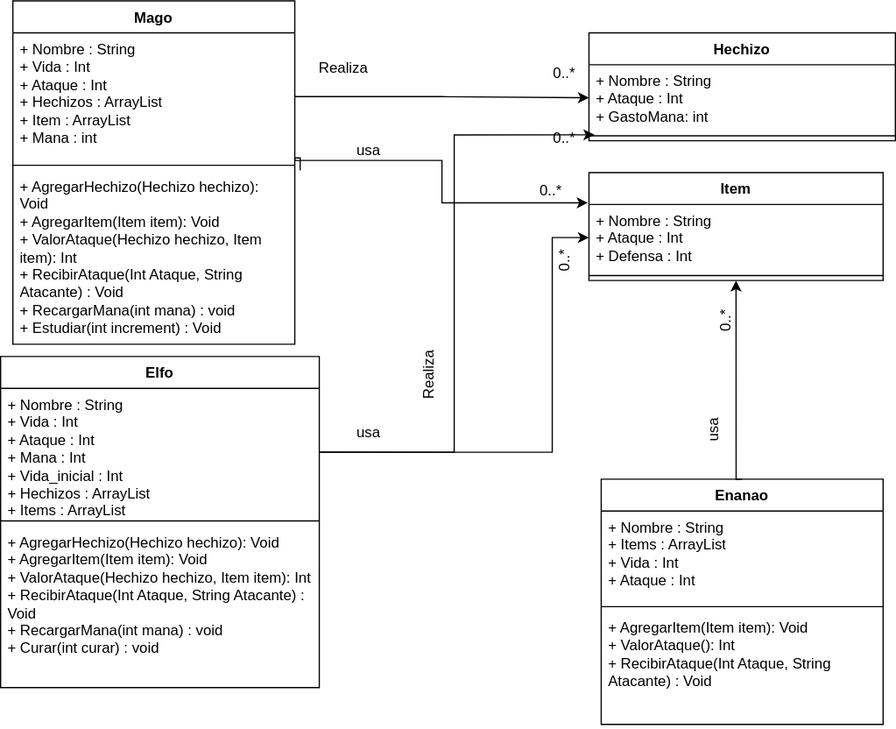
The draw.io diagram src/Library/diagrama de clases RolePlayGame.svg in ThiagoAGarcia/RoleplayGame, before a commit. Source tidied: cells renumbered, new cells last; positions are measured from the earlier drawing's top-left corner, leaving out a move shared by most shapes. Source of this version:
```xml
<mxGraphModel>
  <root>
    <mxCell id="0" />
    <mxCell id="1" parent="0" />
    <mxCell id="2" value="Mago" style="swimlane;fontStyle=1;align=center;verticalAlign=top;horizontal=1;startSize=26;whiteSpace=wrap;html=1;" parent="1" vertex="1">
      <mxGeometry x="10" width="230" height="280" as="geometry" />
    </mxCell>
    <mxCell id="3" value="+ Nombre : String&lt;br&gt;+ Vida : Int&lt;br&gt;+ Ataque : Int&lt;br&gt;+ Hechizos : ArrayList&lt;br&gt;+ Item : ArrayList&lt;br&gt;+ Mana : int" style="text;strokeColor=none;fillColor=none;align=left;verticalAlign=top;spacingLeft=4;spacingRight=4;overflow=hidden;points=[[0,0.5],[1,0.5]];portConstraint=eastwest;whiteSpace=wrap;html=1;" parent="2" vertex="1">
      <mxGeometry y="26" width="230" height="104" as="geometry" />
    </mxCell>
    <mxCell id="4" style="line;strokeWidth=1;fillColor=none;align=left;verticalAlign=middle;spacingTop=-1;spacingLeft=3;spacingRight=3;labelPosition=right;strokeColor=inherit;" parent="2" vertex="1">
      <mxGeometry y="130" width="230" height="8" as="geometry" />
    </mxCell>
    <mxCell id="5" value="+ AgregarHechizo(Hechizo hechizo): Void&lt;br&gt;+ AgregarItem(Item item): Void&lt;br&gt;+ ValorAtaque(Hechizo hechizo, Item item): Int&lt;br&gt;+ RecibirAtaque(Int Ataque, String Atacante) : Void&lt;br&gt;+ RecargarMana(int mana) : void&lt;br&gt;+ Estudiar(int increment) : Void" style="text;strokeColor=none;fillColor=none;align=left;verticalAlign=top;spacingLeft=4;spacingRight=4;overflow=hidden;points=[[0,0.5],[1,0.5]];portConstraint=eastwest;whiteSpace=wrap;html=1;" parent="2" vertex="1">
      <mxGeometry y="138" width="230" height="142" as="geometry" />
    </mxCell>
    <mxCell id="6" value="Hechizo" style="swimlane;fontStyle=1;align=center;verticalAlign=top;horizontal=1;startSize=26;whiteSpace=wrap;html=1;" parent="1" vertex="1">
      <mxGeometry x="480" y="26" width="250" height="88" as="geometry" />
    </mxCell>
    <mxCell id="7" value="+ Nombre : String&lt;br&gt;+ Ataque : Int&lt;br&gt;+ GastoMana: int" style="text;strokeColor=none;fillColor=none;align=left;verticalAlign=top;spacingLeft=4;spacingRight=4;overflow=hidden;points=[[0,0.5],[1,0.5]];portConstraint=eastwest;whiteSpace=wrap;html=1;" parent="6" vertex="1">
      <mxGeometry y="26" width="250" height="54" as="geometry" />
    </mxCell>
    <mxCell id="8" style="line;strokeWidth=1;fillColor=none;align=left;verticalAlign=middle;spacingTop=-1;spacingLeft=3;spacingRight=3;labelPosition=right;points=[];portConstraint=eastwest;strokeColor=inherit;" parent="6" vertex="1">
      <mxGeometry y="80" width="250" height="8" as="geometry" />
    </mxCell>
    <mxCell id="9" value="Item" style="swimlane;fontStyle=1;align=center;verticalAlign=top;horizontal=1;startSize=26;whiteSpace=wrap;html=1;" parent="1" vertex="1">
      <mxGeometry x="480" y="140" width="240" height="88" as="geometry" />
    </mxCell>
    <mxCell id="10" value="+ Nombre : String&lt;br&gt;+ Ataque : Int&lt;br&gt;+ Defensa : Int" style="text;strokeColor=none;fillColor=none;align=left;verticalAlign=top;spacingLeft=4;spacingRight=4;overflow=hidden;points=[[0,0.5],[1,0.5]];portConstraint=eastwest;whiteSpace=wrap;html=1;" parent="9" vertex="1">
      <mxGeometry y="26" width="240" height="54" as="geometry" />
    </mxCell>
    <mxCell id="11" style="line;strokeWidth=1;fillColor=none;align=left;verticalAlign=middle;spacingTop=-1;spacingLeft=3;spacingRight=3;labelPosition=right;strokeColor=inherit;" parent="9" vertex="1">
      <mxGeometry y="80" width="240" height="8" as="geometry" />
    </mxCell>
    <mxCell id="12" value="Enanao" style="swimlane;fontStyle=1;align=center;verticalAlign=top;horizontal=1;startSize=26;whiteSpace=wrap;html=1;" parent="1" vertex="1">
      <mxGeometry x="490" y="390" width="230" height="200" as="geometry" />
    </mxCell>
    <mxCell id="13" value="+ Nombre : String&lt;br&gt;+ Items : ArrayList&lt;br&gt;+ Vida : Int&lt;br&gt;+ Ataque : Int" style="text;strokeColor=none;fillColor=none;align=left;verticalAlign=top;spacingLeft=4;spacingRight=4;overflow=hidden;whiteSpace=wrap;html=1;" parent="12" vertex="1">
      <mxGeometry y="26" width="230" height="74" as="geometry" />
    </mxCell>
    <mxCell id="14" style="line;strokeWidth=1;fillColor=none;align=left;verticalAlign=middle;spacingTop=-1;spacingLeft=3;spacingRight=3;labelPosition=right;strokeColor=inherit;" parent="12" vertex="1">
      <mxGeometry y="100" width="230" height="8" as="geometry" />
    </mxCell>
    <mxCell id="15" value="+ AgregarItem(Item item): Void&lt;br style=&quot;border-color: var(--border-color);&quot;&gt;+ ValorAtaque(): Int&lt;br style=&quot;border-color: var(--border-color);&quot;&gt;+ RecibirAtaque(Int Ataque, String Atacante) : Void" style="text;strokeColor=none;fillColor=none;align=left;verticalAlign=top;spacingLeft=4;spacingRight=4;overflow=hidden;whiteSpace=wrap;html=1;" parent="12" vertex="1">
      <mxGeometry y="108" width="230" height="92" as="geometry" />
    </mxCell>
    <mxCell id="16" style="edgeStyle=orthogonalEdgeStyle;rounded=0;jettySize=auto;html=1;entryX=0;entryY=0.5;entryDx=0;entryDy=0;exitX=1;exitY=0.5;exitDx=0;exitDy=0;" parent="1" edge="1" source="18" target="10">
      <mxGeometry relative="1" as="geometry">
        <Array as="points">
          <mxPoint x="450" y="368" />
          <mxPoint x="450" y="193" />
        </Array>
      </mxGeometry>
    </mxCell>
    <mxCell id="17" value="Elfo" style="swimlane;fontStyle=1;align=center;verticalAlign=top;horizontal=1;startSize=26;whiteSpace=wrap;html=1;" parent="1" vertex="1">
      <mxGeometry y="290" width="260" height="270" as="geometry" />
    </mxCell>
    <mxCell id="18" value="+ Nombre : String&lt;br&gt;+ Vida : Int&lt;br&gt;+ Ataque : Int&lt;br&gt;+ Mana : Int&lt;br&gt;+ Vida_inicial : Int&lt;br&gt;+ Hechizos : ArrayList&lt;br&gt;+ Items : ArrayList" style="text;strokeColor=none;fillColor=none;align=left;verticalAlign=top;spacingLeft=4;spacingRight=4;overflow=hidden;points=[[0,0.5],[1,0.5]];portConstraint=eastwest;whiteSpace=wrap;html=1;" parent="17" vertex="1">
      <mxGeometry y="26" width="260" height="104" as="geometry" />
    </mxCell>
    <mxCell id="19" style="line;strokeWidth=1;fillColor=none;align=left;verticalAlign=middle;spacingTop=-1;spacingLeft=3;spacingRight=3;labelPosition=right;strokeColor=inherit;" parent="17" vertex="1">
      <mxGeometry y="130" width="260" height="8" as="geometry" />
    </mxCell>
    <mxCell id="20" value="+ AgregarHechizo(Hechizo hechizo): Void&lt;br style=&quot;border-color: var(--border-color);&quot;&gt;+ AgregarItem(Item item): Void&lt;br style=&quot;border-color: var(--border-color);&quot;&gt;+ ValorAtaque(Hechizo hechizo, Item item): Int&lt;br style=&quot;border-color: var(--border-color);&quot;&gt;+ RecibirAtaque(Int Ataque, String Atacante) : Void&lt;br style=&quot;border-color: var(--border-color);&quot;&gt;+ RecargarMana(int mana) : void&lt;br&gt;+ Curar(int curar) : void" style="text;strokeColor=none;fillColor=none;align=left;verticalAlign=top;spacingLeft=4;spacingRight=4;overflow=hidden;whiteSpace=wrap;html=1;" parent="17" vertex="1">
      <mxGeometry y="138" width="260" height="132" as="geometry" />
    </mxCell>
    <mxCell id="21" style="edgeStyle=orthogonalEdgeStyle;rounded=0;jettySize=auto;html=1;" parent="1" edge="1" source="3" target="7">
      <mxGeometry relative="1" as="geometry" />
    </mxCell>
    <mxCell id="22" style="edgeStyle=orthogonalEdgeStyle;rounded=0;jettySize=auto;html=1;entryX=0.5;entryY=1;entryDx=0;entryDy=0;exitX=0.5;exitY=0;exitDx=0;exitDy=0;" parent="1" edge="1" source="12" target="9">
      <mxGeometry relative="1" as="geometry">
        <Array as="points">
          <mxPoint x="600" y="390" />
        </Array>
      </mxGeometry>
    </mxCell>
    <mxCell id="23" style="edgeStyle=orthogonalEdgeStyle;rounded=0;jettySize=auto;html=1;entryX=0.018;entryY=0.398;entryDx=0;entryDy=0;entryPerimeter=0;" parent="1" edge="1" source="18" target="8">
      <mxGeometry relative="1" as="geometry" />
    </mxCell>
    <mxCell id="24" style="edgeStyle=orthogonalEdgeStyle;rounded=0;jettySize=auto;html=1;entryX=-0.004;entryY=-0.025;entryDx=0;entryDy=0;entryPerimeter=0;exitX=1.019;exitY=0.002;exitDx=0;exitDy=0;exitPerimeter=0;" parent="1" edge="1" source="5" target="10">
      <mxGeometry relative="1" as="geometry">
        <Array as="points">
          <mxPoint x="240" y="128" />
          <mxPoint x="240" y="130" />
          <mxPoint x="360" y="130" />
          <mxPoint x="360" y="165" />
        </Array>
      </mxGeometry>
    </mxCell>
    <mxCell id="25" value="0..*" style="align=right;verticalAlign=bottom;labelBackgroundColor=none;fontSize=12;rotation=-90;" parent="1" vertex="1">
      <mxGeometry x="490" y="200" as="geometry">
        <mxPoint x="-1" y="-22" as="offset" />
      </mxGeometry>
    </mxCell>
    <mxCell id="26" value="0..*" style="align=right;verticalAlign=bottom;labelBackgroundColor=none;fontSize=12;rotation=-90;" parent="1" vertex="1">
      <mxGeometry x="600" y="250" as="geometry" />
    </mxCell>
    <mxCell id="27" value="0..*" style="align=right;verticalAlign=bottom;labelBackgroundColor=none;fontSize=12;rotation=0;" parent="1" vertex="1">
      <mxGeometry x="460" y="104" as="geometry">
        <mxPoint x="10" y="16" as="offset" />
      </mxGeometry>
    </mxCell>
    <mxCell id="28" value="0..*" style="align=right;verticalAlign=bottom;labelBackgroundColor=none;fontSize=12;rotation=0;" parent="1" vertex="1">
      <mxGeometry x="470" y="114" as="geometry">
        <mxPoint y="-47" as="offset" />
      </mxGeometry>
    </mxCell>
    <mxCell id="29" value="0..*" style="align=right;verticalAlign=bottom;labelBackgroundColor=none;fontSize=12;rotation=0;" parent="1" vertex="1">
      <mxGeometry x="480" y="124" as="geometry">
        <mxPoint x="-21" y="39" as="offset" />
      </mxGeometry>
    </mxCell>
    <mxCell id="30" value="usa" style="text;html=1;align=center;verticalAlign=middle;labelBackgroundColor=none;rounded=0;shadow=0;strokeWidth=1;fontSize=12;rotation=0;" parent="1" vertex="1">
      <mxGeometry x="380" y="260" as="geometry">
        <mxPoint x="-80.7" y="-138.3" as="offset" />
      </mxGeometry>
    </mxCell>
    <mxCell id="31" value="usa" style="text;html=1;align=center;verticalAlign=middle;labelBackgroundColor=none;rounded=0;shadow=0;strokeWidth=1;fontSize=12;rotation=0;" parent="1" vertex="1">
      <mxGeometry x="380" y="490" as="geometry">
        <mxPoint x="-80.7" y="-138.3" as="offset" />
      </mxGeometry>
    </mxCell>
    <mxCell id="32" value="usa" style="text;html=1;align=center;verticalAlign=middle;labelBackgroundColor=none;rounded=0;shadow=0;strokeWidth=1;fontSize=12;rotation=-90;" parent="1" vertex="1">
      <mxGeometry x="720" y="270" as="geometry">
        <mxPoint x="-80.7" y="-138.3" as="offset" />
      </mxGeometry>
    </mxCell>
    <mxCell id="33" value="Realiza" style="text;html=1;strokeColor=none;fillColor=none;align=center;verticalAlign=middle;whiteSpace=wrap;rounded=0;rotation=-90;" parent="1" vertex="1">
      <mxGeometry x="320" y="290" width="60" height="30" as="geometry" />
    </mxCell>
    <mxCell id="34" value="Realiza" style="text;html=1;strokeColor=none;fillColor=none;align=center;verticalAlign=middle;whiteSpace=wrap;rounded=0;rotation=0;" parent="1" vertex="1">
      <mxGeometry x="250" y="40" width="60" height="30" as="geometry" />
    </mxCell>
  </root>
</mxGraphModel>
```
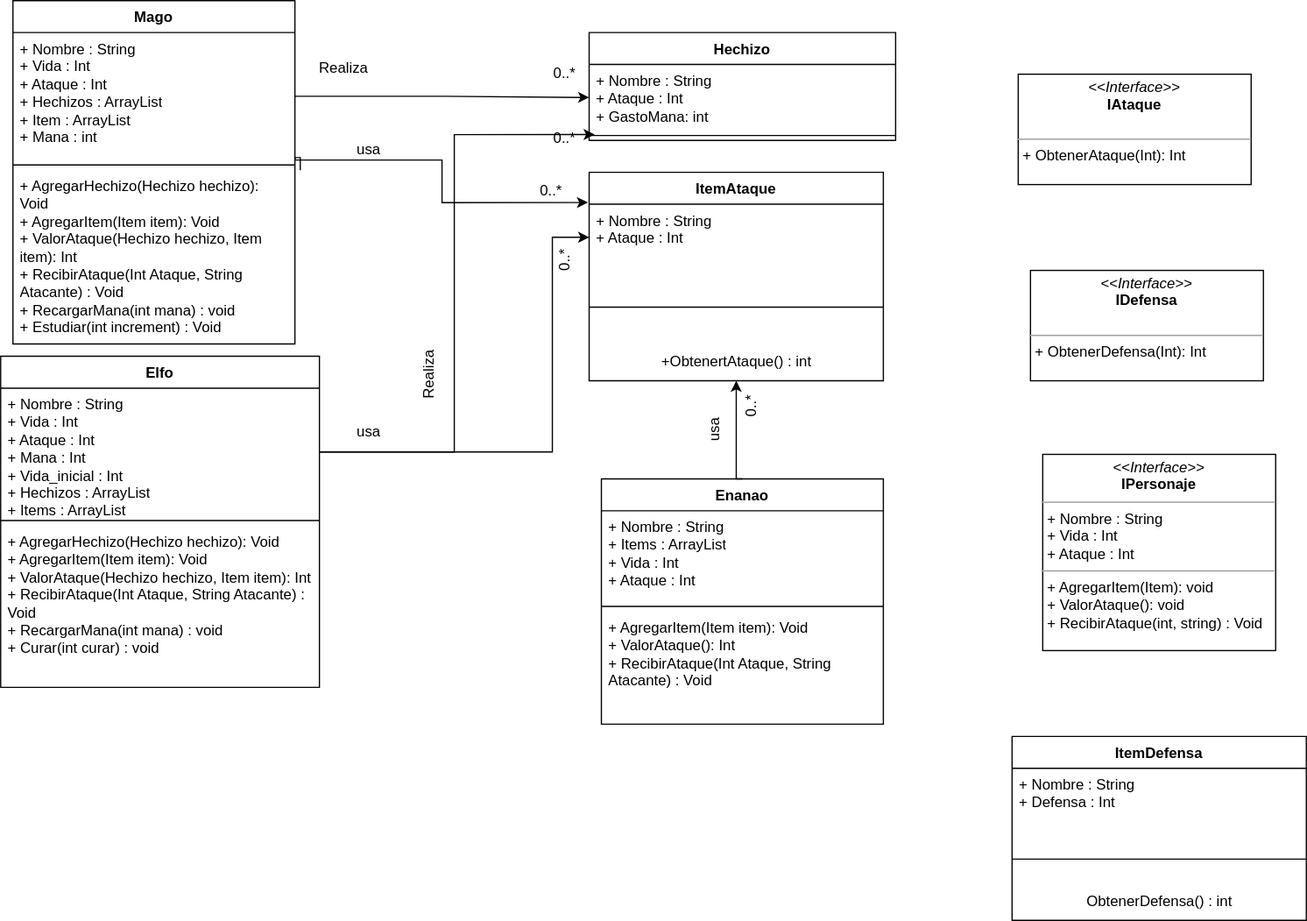
The same diagram one commit later.

The edit, as a diff of the source:
```diff
@@ -23,15 +23,18 @@
     <mxCell id="8" style="line;strokeWidth=1;fillColor=none;align=left;verticalAlign=middle;spacingTop=-1;spacingLeft=3;spacingRight=3;labelPosition=right;points=[];portConstraint=eastwest;strokeColor=inherit;" parent="6" vertex="1">
       <mxGeometry y="80" width="250" height="8" as="geometry" />
     </mxCell>
-    <mxCell id="9" value="Item" style="swimlane;fontStyle=1;align=center;verticalAlign=top;horizontal=1;startSize=26;whiteSpace=wrap;html=1;" parent="1" vertex="1">
-      <mxGeometry x="480" y="140" width="240" height="88" as="geometry" />
+    <mxCell id="9" value="ItemAtaque&lt;br&gt;" style="swimlane;fontStyle=1;align=center;verticalAlign=top;horizontal=1;startSize=26;whiteSpace=wrap;html=1;" parent="1" vertex="1">
+      <mxGeometry x="480" y="140" width="240" height="170" as="geometry" />
     </mxCell>
-    <mxCell id="10" value="+ Nombre : String&lt;br&gt;+ Ataque : Int&lt;br&gt;+ Defensa : Int" style="text;strokeColor=none;fillColor=none;align=left;verticalAlign=top;spacingLeft=4;spacingRight=4;overflow=hidden;points=[[0,0.5],[1,0.5]];portConstraint=eastwest;whiteSpace=wrap;html=1;" parent="9" vertex="1">
+    <mxCell id="10" value="+ Nombre : String&lt;br&gt;+ Ataque : Int&lt;br&gt;&lt;br&gt;&lt;br&gt;&lt;br&gt;" style="text;strokeColor=none;fillColor=none;align=left;verticalAlign=top;spacingLeft=4;spacingRight=4;overflow=hidden;points=[[0,0.5],[1,0.5]];portConstraint=eastwest;whiteSpace=wrap;html=1;" parent="9" vertex="1">
       <mxGeometry y="26" width="240" height="54" as="geometry" />
     </mxCell>
     <mxCell id="11" style="line;strokeWidth=1;fillColor=none;align=left;verticalAlign=middle;spacingTop=-1;spacingLeft=3;spacingRight=3;labelPosition=right;strokeColor=inherit;" parent="9" vertex="1">
-      <mxGeometry y="80" width="240" height="8" as="geometry" />
+      <mxGeometry y="80" width="240" height="60" as="geometry" />
     </mxCell>
+    <mxCell id="35" value="+ObtenertAtaque() : int" style="text;html=1;align=center;verticalAlign=middle;strokeColor=none;fillColor=none;" parent="9" vertex="1">
+      <mxGeometry y="140" width="240" height="30" as="geometry" />
+    </mxCell>
     <mxCell id="12" value="Enanao" style="swimlane;fontStyle=1;align=center;verticalAlign=top;horizontal=1;startSize=26;whiteSpace=wrap;html=1;" parent="1" vertex="1">
       <mxGeometry x="490" y="390" width="230" height="200" as="geometry" />
     </mxCell>
@@ -93,7 +96,7 @@
       </mxGeometry>
     </mxCell>
     <mxCell id="26" value="0..*" style="align=right;verticalAlign=bottom;labelBackgroundColor=none;fontSize=12;rotation=-90;" parent="1" vertex="1">
-      <mxGeometry x="600" y="250" as="geometry" />
+      <mxGeometry x="620" y="320" as="geometry" />
     </mxCell>
     <mxCell id="27" value="0..*" style="align=right;verticalAlign=bottom;labelBackgroundColor=none;fontSize=12;rotation=0;" parent="1" vertex="1">
       <mxGeometry x="460" y="104" as="geometry">
@@ -131,5 +134,26 @@
     <mxCell id="34" value="Realiza" style="text;html=1;strokeColor=none;fillColor=none;align=center;verticalAlign=middle;whiteSpace=wrap;rounded=0;rotation=0;" parent="1" vertex="1">
       <mxGeometry x="250" y="40" width="60" height="30" as="geometry" />
     </mxCell>
+    <mxCell id="36" value="&lt;p style=&quot;margin:0px;margin-top:4px;text-align:center;&quot;&gt;&lt;i&gt;&amp;lt;&amp;lt;Interface&amp;gt;&amp;gt;&lt;/i&gt;&lt;br&gt;&lt;b&gt;IAtaque&lt;/b&gt;&lt;/p&gt;&lt;p style=&quot;margin:0px;margin-left:4px;&quot;&gt;&lt;br&gt;&lt;/p&gt;&lt;hr size=&quot;1&quot;&gt;&lt;p style=&quot;margin:0px;margin-left:4px;&quot;&gt;+ ObtenerAtaque(Int): Int&lt;br&gt;&lt;/p&gt;" style="verticalAlign=top;align=left;overflow=fill;fontSize=12;fontFamily=Helvetica;html=1;whiteSpace=wrap;" parent="1" vertex="1">
+      <mxGeometry x="830" y="60" width="190" height="90" as="geometry" />
+    </mxCell>
+    <mxCell id="37" value="&lt;p style=&quot;margin:0px;margin-top:4px;text-align:center;&quot;&gt;&lt;i&gt;&amp;lt;&amp;lt;Interface&amp;gt;&amp;gt;&lt;/i&gt;&lt;br&gt;&lt;b&gt;IDefensa&lt;/b&gt;&lt;/p&gt;&lt;p style=&quot;margin:0px;margin-left:4px;&quot;&gt;&lt;br&gt;&lt;/p&gt;&lt;hr size=&quot;1&quot;&gt;&lt;p style=&quot;margin:0px;margin-left:4px;&quot;&gt;+ ObtenerDefensa&lt;span style=&quot;background-color: initial;&quot;&gt;(Int): Int&lt;/span&gt;&lt;/p&gt;" style="verticalAlign=top;align=left;overflow=fill;fontSize=12;fontFamily=Helvetica;html=1;whiteSpace=wrap;" parent="1" vertex="1">
+      <mxGeometry x="840" y="220" width="190" height="90" as="geometry" />
+    </mxCell>
+    <mxCell id="38" value="&lt;p style=&quot;margin:0px;margin-top:4px;text-align:center;&quot;&gt;&lt;i&gt;&amp;lt;&amp;lt;Interface&amp;gt;&amp;gt;&lt;/i&gt;&lt;br&gt;&lt;b&gt;IPersonaje&lt;/b&gt;&lt;/p&gt;&lt;hr size=&quot;1&quot;&gt;&lt;p style=&quot;margin:0px;margin-left:4px;&quot;&gt;+ Nombre : String&lt;/p&gt;&lt;p style=&quot;margin:0px;margin-left:4px;&quot;&gt;+ Vida : Int&lt;/p&gt;&lt;p style=&quot;margin:0px;margin-left:4px;&quot;&gt;+ Ataque : Int&lt;/p&gt;&lt;hr size=&quot;1&quot;&gt;&lt;p style=&quot;margin:0px;margin-left:4px;&quot;&gt;+ AgregarItem(Item): void&lt;br&gt;+ ValorAtaque(): void&lt;/p&gt;&lt;p style=&quot;margin:0px;margin-left:4px;&quot;&gt;+ RecibirAtaque(int, string) : Void&lt;/p&gt;" style="verticalAlign=top;align=left;overflow=fill;fontSize=12;fontFamily=Helvetica;html=1;whiteSpace=wrap;" parent="1" vertex="1">
+      <mxGeometry x="850" y="370" width="190" height="160" as="geometry" />
+    </mxCell>
+    <mxCell id="39" value="ItemDefensa" style="swimlane;fontStyle=1;align=center;verticalAlign=top;horizontal=1;startSize=26;whiteSpace=wrap;html=1;" parent="1" vertex="1">
+      <mxGeometry x="825" y="600" width="240" height="150" as="geometry" />
+    </mxCell>
+    <mxCell id="40" value="+ Nombre : String&lt;br&gt;+ Defensa : Int" style="text;strokeColor=none;fillColor=none;align=left;verticalAlign=top;spacingLeft=4;spacingRight=4;overflow=hidden;whiteSpace=wrap;html=1;" parent="39" vertex="1">
+      <mxGeometry y="26" width="240" height="54" as="geometry" />
+    </mxCell>
+    <mxCell id="41" style="line;strokeWidth=1;fillColor=none;align=left;verticalAlign=middle;spacingTop=-1;spacingLeft=3;spacingRight=3;labelPosition=right;strokeColor=inherit;" parent="39" vertex="1">
+      <mxGeometry y="80" width="240" height="40" as="geometry" />
+    </mxCell>
+    <mxCell id="42" value="ObtenerDefensa() : int" style="text;html=1;align=center;verticalAlign=middle;strokeColor=none;fillColor=none;" parent="39" vertex="1">
+      <mxGeometry y="120" width="240" height="30" as="geometry" />
+    </mxCell>
   </root>
 </mxGraphModel>
```
